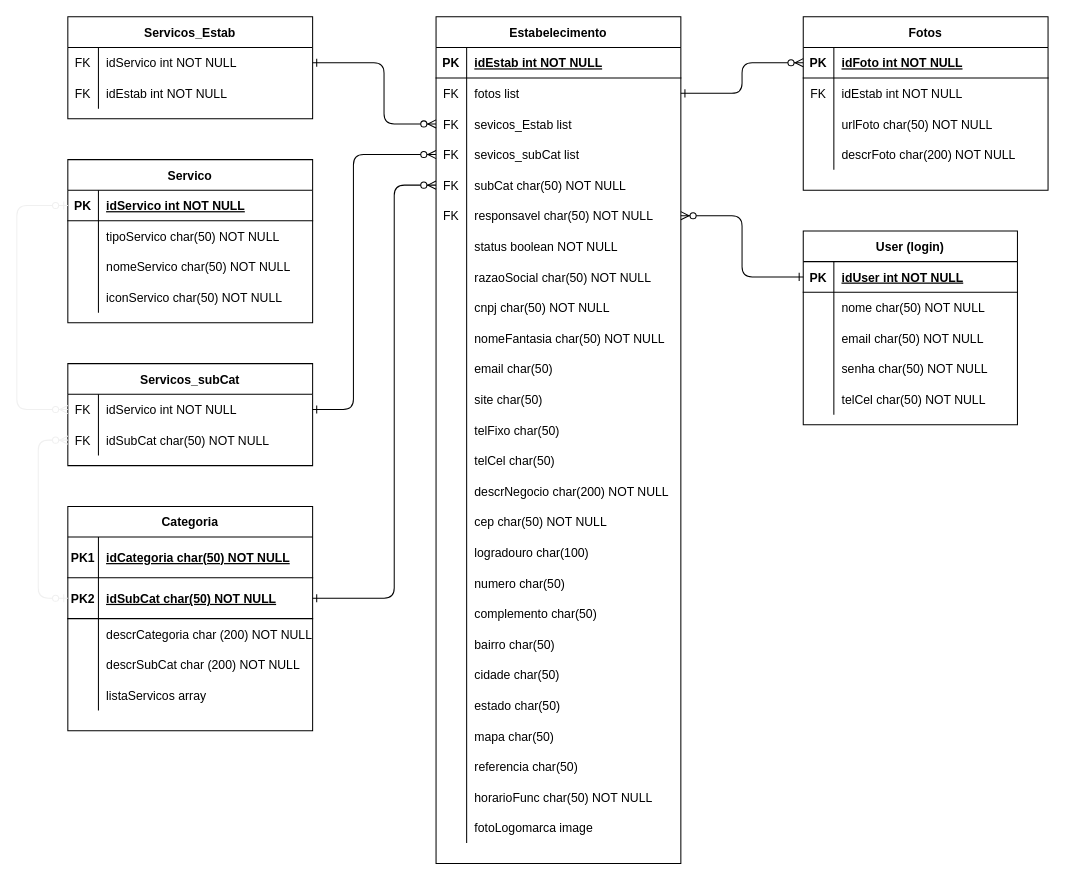
Above: Docs/Diagrama-DER_v1.1.drawio in CarlosProcidio/PCDEVS1G2 (draw.io), before the change. Source tidied: cells renumbered, new cells numbered last; positions are measured from the earlier drawing's top-left corner, leaving out a move shared by most shapes. Both pictures are drawn from the tidied source at 102%, with x=0, y=0 at pixel (16, 16).
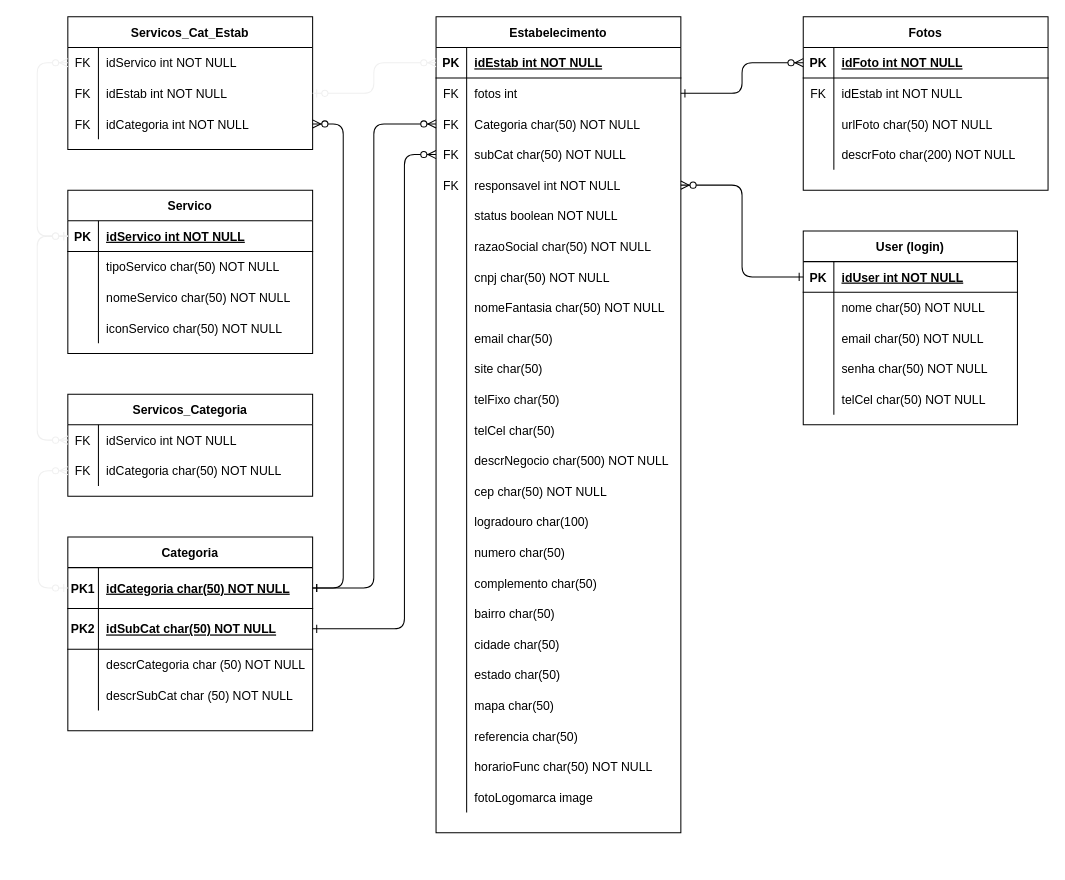
Above is the later version.

The change refers to these unchanged cells:
```xml
<mxCell id="3" style="shape=partialRectangle;fillColor=none;points=[[0,0.5],[1,0.5]];portConstraint=eastwest;top=0;left=0;right=0;bottom=1;" parent="2" vertex="1">
  <mxGeometry y="30" width="240" height="30" as="geometry" />
</mxCell>
<mxCell id="6" style="shape=partialRectangle;fillColor=none;points=[[0,0.5],[1,0.5]];portConstraint=eastwest;top=0;left=0;right=0;bottom=0;" parent="2" vertex="1">
  <mxGeometry y="60" width="240" height="30" as="geometry" />
</mxCell>
<mxCell id="98" style="shape=partialRectangle;fillColor=none;points=[[0,0.5],[1,0.5]];portConstraint=eastwest;top=0;left=0;right=0;bottom=0;" parent="97" vertex="1">
  <mxGeometry y="30" width="240" height="30" as="geometry" />
</mxCell>
<mxCell id="101" style="shape=partialRectangle;fillColor=none;points=[[0,0.5],[1,0.5]];portConstraint=eastwest;top=0;left=0;right=0;bottom=0;" parent="97" vertex="1">
  <mxGeometry y="60" width="240" height="30" as="geometry" />
</mxCell>
<mxCell id="107" style="shape=partialRectangle;fillColor=none;points=[[0,0.5],[1,0.5]];portConstraint=eastwest;top=0;left=0;right=0;bottom=1;" parent="106" vertex="1">
  <mxGeometry y="30" width="240" height="30" as="geometry" />
</mxCell>
<mxCell id="133" style="shape=partialRectangle;fillColor=none;points=[[0,0.5],[1,0.5]];portConstraint=eastwest;top=0;left=0;right=0;bottom=1;" parent="132" vertex="1">
  <mxGeometry y="30" width="240" height="40" as="geometry" />
</mxCell>
<mxCell id="136" style="shape=partialRectangle;fillColor=none;points=[[0,0.5],[1,0.5]];portConstraint=eastwest;top=0;left=0;right=0;bottom=1;" parent="132" vertex="1">
  <mxGeometry y="70" width="240" height="40" as="geometry" />
</mxCell>
<mxCell id="139" style="shape=partialRectangle;fillColor=none;top=0;left=0;right=0;bottom=0;" parent="132" vertex="1">
  <mxGeometry y="110" width="240" height="30" as="geometry" />
</mxCell>
<mxCell id="142" style="shape=partialRectangle;fillColor=none;top=0;left=0;right=0;bottom=0;" parent="132" vertex="1">
  <mxGeometry y="140" width="240" height="30" as="geometry" />
</mxCell>
<mxCell id="153" style="shape=partialRectangle;fillColor=none;points=[[0,0.5],[1,0.5]];portConstraint=eastwest;top=0;left=0;right=0;bottom=0;" parent="152" vertex="1">
  <mxGeometry y="30" width="240" height="30" as="geometry" />
</mxCell>
<mxCell id="156" style="shape=partialRectangle;fillColor=none;points=[[0,0.5],[1,0.5]];portConstraint=eastwest;top=0;left=0;right=0;bottom=0;" parent="152" vertex="1">
  <mxGeometry y="60" width="240" height="30" as="geometry" />
</mxCell>
```

Diff of the diagram source:
```diff
@@
     <mxCell id="2" value="Estabelecimento" style="shape=table;startSize=30;childLayout=tableLayout;rowLines=0;fontStyle=1;align=center;" parent="1" vertex="1">
-      <mxGeometry x="411" width="240" height="830" as="geometry" />
+      <mxGeometry x="411" width="240" height="800" as="geometry" />
     </mxCell>
@@
-    <mxCell id="8" value="fotos list" style="shape=partialRectangle;overflow=hidden;fillColor=none;top=0;left=0;bottom=0;right=0;align=left;spacingLeft=6;" parent="6" vertex="1">
+    <mxCell id="8" value="fotos int" style="shape=partialRectangle;overflow=hidden;fillColor=none;top=0;left=0;bottom=0;right=0;align=left;spacingLeft=6;" parent="6" vertex="1">
       <mxGeometry x="30" width="210" height="30" as="geometry" />
     </mxCell>
-    <mxCell id="9" style="shape=partialRectangle;fillColor=none;points=[[0,0.5],[1,0.5]];portConstraint=eastwest;top=0;left=0;right=0;bottom=0;" parent="2" vertex="1">
-      <mxGeometry y="90" width="240" height="30" as="geometry" />
-    </mxCell>
-    <mxCell id="10" value="FK" style="shape=partialRectangle;overflow=hidden;fillColor=none;top=0;left=0;bottom=0;right=0;" parent="9" vertex="1">
-      <mxGeometry width="30" height="30" as="geometry" />
-    </mxCell>
-    <mxCell id="11" value="sevicos_Estab list" style="shape=partialRectangle;overflow=hidden;fillColor=none;top=0;left=0;bottom=0;right=0;align=left;spacingLeft=6;" parent="9" vertex="1">
-      <mxGeometry x="30" width="210" height="30" as="geometry" />
-    </mxCell>
-    <mxCell id="12" style="shape=partialRectangle;fillColor=none;points=[[0,0.5],[1,0.5]];portConstraint=eastwest;top=0;left=0;right=0;bottom=0;" parent="2" vertex="1">
-      <mxGeometry y="120" width="240" height="30" as="geometry" />
-    </mxCell>
-    <mxCell id="13" value="FK" style="shape=partialRectangle;overflow=hidden;fillColor=none;top=0;left=0;bottom=0;right=0;" parent="12" vertex="1">
-      <mxGeometry width="30" height="30" as="geometry" />
-    </mxCell>
-    <mxCell id="14" value="sevicos_subCat list" style="shape=partialRectangle;overflow=hidden;fillColor=none;top=0;left=0;bottom=0;right=0;align=left;spacingLeft=6;" parent="12" vertex="1">
-      <mxGeometry x="30" width="210" height="30" as="geometry" />
-    </mxCell>
+    <mxCell id="160" style="shape=partialRectangle;fillColor=none;points=[[0,0.5],[1,0.5]];portConstraint=eastwest;top=0;left=0;right=0;bottom=0;" parent="2" vertex="1">
+      <mxGeometry y="90" width="240" height="30" as="geometry" />
+    </mxCell>
+    <mxCell id="161" value="FK" style="shape=partialRectangle;overflow=hidden;fillColor=none;top=0;left=0;bottom=0;right=0;" parent="160" vertex="1">
+      <mxGeometry width="30" height="30" as="geometry" />
+    </mxCell>
+    <mxCell id="162" value="Categoria char(50) NOT NULL" style="shape=partialRectangle;overflow=hidden;fillColor=none;top=0;left=0;bottom=0;right=0;align=left;spacingLeft=6;" parent="160" vertex="1">
+      <mxGeometry x="30" width="210" height="30" as="geometry" />
+    </mxCell>
     <mxCell id="15" style="shape=partialRectangle;fillColor=none;points=[[0,0.5],[1,0.5]];portConstraint=eastwest;top=0;left=0;right=0;bottom=0;" parent="2" vertex="1">
-      <mxGeometry y="150" width="240" height="30" as="geometry" />
+      <mxGeometry y="120" width="240" height="30" as="geometry" />
     </mxCell>
@@
     <mxCell id="18" style="shape=partialRectangle;fillColor=none;points=[[0,0.5],[1,0.5]];portConstraint=eastwest;top=0;left=0;right=0;bottom=0;" parent="2" vertex="1">
-      <mxGeometry y="180" width="240" height="30" as="geometry" />
+      <mxGeometry y="150" width="240" height="30" as="geometry" />
     </mxCell>
@@
-    <mxCell id="20" value="responsavel char(50) NOT NULL" style="shape=partialRectangle;overflow=hidden;fillColor=none;top=0;left=0;bottom=0;right=0;align=left;spacingLeft=6;" parent="18" vertex="1">
+    <mxCell id="20" value="responsavel int NOT NULL" style="shape=partialRectangle;overflow=hidden;fillColor=none;top=0;left=0;bottom=0;right=0;align=left;spacingLeft=6;" parent="18" vertex="1">
       <mxGeometry x="30" width="210" height="30" as="geometry" />
     </mxCell>
     <mxCell id="21" style="shape=partialRectangle;fillColor=none;top=0;left=0;right=0;bottom=0;" parent="2" vertex="1">
-      <mxGeometry y="210" width="240" height="30" as="geometry" />
+      <mxGeometry y="180" width="240" height="30" as="geometry" />
     </mxCell>
@@
     <mxCell id="24" style="shape=partialRectangle;fillColor=none;top=0;left=0;right=0;bottom=0;" parent="2" vertex="1">
-      <mxGeometry y="240" width="240" height="30" as="geometry" />
+      <mxGeometry y="210" width="240" height="30" as="geometry" />
     </mxCell>
@@
     <mxCell id="27" style="shape=partialRectangle;fillColor=none;top=0;left=0;right=0;bottom=0;" parent="2" vertex="1">
-      <mxGeometry y="270" width="240" height="30" as="geometry" />
+      <mxGeometry y="240" width="240" height="30" as="geometry" />
     </mxCell>
@@
     <mxCell id="30" style="shape=partialRectangle;fillColor=none;top=0;left=0;right=0;bottom=0;" parent="2" vertex="1">
-      <mxGeometry y="300" width="240" height="30" as="geometry" />
+      <mxGeometry y="270" width="240" height="30" as="geometry" />
     </mxCell>
@@
     <mxCell id="33" style="shape=partialRectangle;fillColor=none;top=0;left=0;right=0;bottom=0;" parent="2" vertex="1">
-      <mxGeometry y="330" width="240" height="30" as="geometry" />
+      <mxGeometry y="300" width="240" height="30" as="geometry" />
     </mxCell>
@@
     <mxCell id="36" style="shape=partialRectangle;fillColor=none;top=0;left=0;right=0;bottom=0;" parent="2" vertex="1">
-      <mxGeometry y="360" width="240" height="30" as="geometry" />
+      <mxGeometry y="330" width="240" height="30" as="geometry" />
     </mxCell>
@@
     <mxCell id="39" style="shape=partialRectangle;fillColor=none;top=0;left=0;right=0;bottom=0;" parent="2" vertex="1">
-      <mxGeometry y="390" width="240" height="30" as="geometry" />
+      <mxGeometry y="360" width="240" height="30" as="geometry" />
     </mxCell>
@@
     <mxCell id="42" style="shape=partialRectangle;fillColor=none;top=0;left=0;right=0;bottom=0;" parent="2" vertex="1">
-      <mxGeometry y="420" width="240" height="30" as="geometry" />
+      <mxGeometry y="390" width="240" height="30" as="geometry" />
     </mxCell>
@@
     <mxCell id="45" style="shape=partialRectangle;fillColor=none;top=0;left=0;right=0;bottom=0;" parent="2" vertex="1">
-      <mxGeometry y="450" width="240" height="30" as="geometry" />
+      <mxGeometry y="420" width="240" height="30" as="geometry" />
     </mxCell>
@@
-    <mxCell id="47" value="descrNegocio char(200) NOT NULL" style="shape=partialRectangle;overflow=hidden;fillColor=none;top=0;left=0;bottom=0;right=0;align=left;spacingLeft=6;" parent="45" vertex="1">
+    <mxCell id="47" value="descrNegocio char(500) NOT NULL" style="shape=partialRectangle;overflow=hidden;fillColor=none;top=0;left=0;bottom=0;right=0;align=left;spacingLeft=6;" parent="45" vertex="1">
       <mxGeometry x="30" width="210" height="30" as="geometry" />
     </mxCell>
     <mxCell id="48" style="shape=partialRectangle;fillColor=none;top=0;left=0;right=0;bottom=0;" parent="2" vertex="1">
-      <mxGeometry y="480" width="240" height="30" as="geometry" />
+      <mxGeometry y="450" width="240" height="30" as="geometry" />
     </mxCell>
@@
     <mxCell id="51" style="shape=partialRectangle;fillColor=none;top=0;left=0;right=0;bottom=0;" parent="2" vertex="1">
-      <mxGeometry y="510" width="240" height="30" as="geometry" />
+      <mxGeometry y="480" width="240" height="30" as="geometry" />
     </mxCell>
@@
     <mxCell id="54" style="shape=partialRectangle;fillColor=none;top=0;left=0;right=0;bottom=0;" parent="2" vertex="1">
-      <mxGeometry y="540" width="240" height="30" as="geometry" />
+      <mxGeometry y="510" width="240" height="30" as="geometry" />
     </mxCell>
@@
     <mxCell id="57" style="shape=partialRectangle;fillColor=none;top=0;left=0;right=0;bottom=0;" parent="2" vertex="1">
-      <mxGeometry y="570" width="240" height="30" as="geometry" />
+      <mxGeometry y="540" width="240" height="30" as="geometry" />
     </mxCell>
@@
     <mxCell id="60" style="shape=partialRectangle;fillColor=none;top=0;left=0;right=0;bottom=0;" parent="2" vertex="1">
-      <mxGeometry y="600" width="240" height="30" as="geometry" />
+      <mxGeometry y="570" width="240" height="30" as="geometry" />
     </mxCell>
@@
     <mxCell id="63" style="shape=partialRectangle;fillColor=none;top=0;left=0;right=0;bottom=0;" parent="2" vertex="1">
-      <mxGeometry y="630" width="240" height="30" as="geometry" />
+      <mxGeometry y="600" width="240" height="30" as="geometry" />
     </mxCell>
@@
     <mxCell id="66" style="shape=partialRectangle;fillColor=none;top=0;left=0;right=0;bottom=0;" parent="2" vertex="1">
-      <mxGeometry y="660" width="240" height="30" as="geometry" />
+      <mxGeometry y="630" width="240" height="30" as="geometry" />
     </mxCell>
@@
     <mxCell id="69" style="shape=partialRectangle;fillColor=none;top=0;left=0;right=0;bottom=0;" parent="2" vertex="1">
-      <mxGeometry y="690" width="240" height="30" as="geometry" />
+      <mxGeometry y="660" width="240" height="30" as="geometry" />
     </mxCell>
@@
     <mxCell id="72" style="shape=partialRectangle;fillColor=none;top=0;left=0;right=0;bottom=0;" parent="2" vertex="1">
-      <mxGeometry y="720" width="240" height="30" as="geometry" />
+      <mxGeometry y="690" width="240" height="30" as="geometry" />
     </mxCell>
@@
     <mxCell id="75" style="shape=partialRectangle;fillColor=none;top=0;left=0;right=0;bottom=0;" parent="2" vertex="1">
-      <mxGeometry y="750" width="240" height="30" as="geometry" />
+      <mxGeometry y="720" width="240" height="30" as="geometry" />
     </mxCell>
@@
     <mxCell id="78" style="shape=partialRectangle;fillColor=none;top=0;left=0;right=0;bottom=0;" parent="2" vertex="1">
-      <mxGeometry y="780" width="240" height="30" as="geometry" />
+      <mxGeometry y="750" width="240" height="30" as="geometry" />
     </mxCell>
@@
-    <mxCell id="97" value="Servicos_subCat" style="shape=table;startSize=30;childLayout=tableLayout;rowLines=0;fontStyle=1;align=center;" parent="1" vertex="1">
-      <mxGeometry x="50" y="340" width="240" height="100" as="geometry" />
+    <mxCell id="97" value="Servicos_Categoria" style="shape=table;startSize=30;childLayout=tableLayout;rowLines=0;fontStyle=1;align=center;" parent="1" vertex="1">
+      <mxGeometry x="50" y="370" width="240" height="100" as="geometry" />
     </mxCell>
@@
-    <mxCell id="103" value="idSubCat char(50) NOT NULL" style="shape=partialRectangle;overflow=hidden;fillColor=none;top=0;left=0;bottom=0;right=0;align=left;spacingLeft=6;" parent="101" vertex="1">
+    <mxCell id="103" value="idCategoria char(50) NOT NULL" style="shape=partialRectangle;overflow=hidden;fillColor=none;top=0;left=0;bottom=0;right=0;align=left;spacingLeft=6;" parent="101" vertex="1">
       <mxGeometry x="30" width="210" height="30" as="geometry" />
     </mxCell>
-    <mxCell id="104" style="edgeStyle=elbowEdgeStyle;endArrow=ERzeroToMany;startArrow=ERone;endFill=1;startFill=0;exitX=1;exitY=0.5;exitDx=0;exitDy=0;entryX=0;entryY=0.5;entryDx=0;entryDy=0;" parent="1" edge="1" source="98" target="12">
+    <mxCell id="104" style="edgeStyle=elbowEdgeStyle;endArrow=ERzeroToMany;startArrow=ERone;endFill=1;startFill=0;exitX=1;exitY=0.5;exitDx=0;exitDy=0;entryX=0;entryY=0.5;entryDx=0;entryDy=0;" parent="1" edge="1" source="133" target="160">
       <mxGeometry relative="1" as="geometry">
         <Array as="points">
-          <mxPoint x="330" y="260" />
+          <mxPoint x="350" y="340" />
         </Array>
       </mxGeometry>
     </mxCell>
@@
     <mxCell id="106" value="Servico" style="shape=table;startSize=30;childLayout=tableLayout;rowLines=0;fontStyle=1;align=center;" parent="1" vertex="1">
-      <mxGeometry x="50" y="140" width="240" height="160" as="geometry" />
+      <mxGeometry x="50" y="170" width="240" height="160" as="geometry" />
     </mxCell>
@@
     <mxCell id="132" value="Categoria" style="shape=table;startSize=30;childLayout=tableLayout;rowLines=0;fontStyle=1;align=center;" parent="1" vertex="1">
-      <mxGeometry x="50" y="480" width="240" height="220" as="geometry" />
+      <mxGeometry x="50" y="510" width="240" height="190" as="geometry" />
     </mxCell>
@@
-    <mxCell id="141" value="descrCategoria char (200) NOT NULL" style="shape=partialRectangle;overflow=hidden;fillColor=none;top=0;left=0;bottom=0;right=0;align=left;spacingLeft=6;" parent="139" vertex="1">
+    <mxCell id="141" value="descrCategoria char (50) NOT NULL" style="shape=partialRectangle;overflow=hidden;fillColor=none;top=0;left=0;bottom=0;right=0;align=left;spacingLeft=6;" parent="139" vertex="1">
       <mxGeometry x="30" width="210" height="30" as="geometry" />
     </mxCell>
@@
-    <mxCell id="144" value="descrSubCat char (200) NOT NULL" style="shape=partialRectangle;overflow=hidden;fillColor=none;top=0;left=0;bottom=0;right=0;align=left;spacingLeft=6;" parent="142" vertex="1">
+    <mxCell id="144" value="descrSubCat char (50) NOT NULL" style="shape=partialRectangle;overflow=hidden;fillColor=none;top=0;left=0;bottom=0;right=0;align=left;spacingLeft=6;" parent="142" vertex="1">
       <mxGeometry x="30" width="210" height="30" as="geometry" />
     </mxCell>
-    <mxCell id="145" style="shape=partialRectangle;fillColor=none;top=0;left=0;right=0;bottom=0;" parent="132" vertex="1">
-      <mxGeometry y="170" width="240" height="30" as="geometry" />
-    </mxCell>
-    <mxCell id="146" style="shape=partialRectangle;overflow=hidden;fillColor=none;top=0;left=0;bottom=0;right=0;" parent="145" vertex="1">
-      <mxGeometry width="30" height="30" as="geometry" />
-    </mxCell>
-    <mxCell id="147" value="listaServicos array" style="shape=partialRectangle;overflow=hidden;fillColor=none;top=0;left=0;bottom=0;right=0;align=left;spacingLeft=6;" parent="145" vertex="1">
-      <mxGeometry x="30" width="210" height="30" as="geometry" />
-    </mxCell>
-    <mxCell id="148" style="edgeStyle=elbowEdgeStyle;fontSize=12;html=1;endArrow=ERzeroToMany;startArrow=ERzeroToOne;strokeColor=#f0f0f0;exitX=0;exitY=0.5;exitDx=0;exitDy=0;entryX=0;entryY=0.5;entryDx=0;entryDy=0;" parent="1" edge="1" source="136" target="101">
+    <mxCell id="148" style="edgeStyle=elbowEdgeStyle;fontSize=12;html=1;endArrow=ERzeroToMany;startArrow=ERzeroToOne;strokeColor=#f0f0f0;exitX=0;exitY=0.5;exitDx=0;exitDy=0;entryX=0;entryY=0.5;entryDx=0;entryDy=0;" parent="1" edge="1" source="133" target="101">
       <mxGeometry relative="1" as="geometry">
         <Array as="points">
           <mxPoint x="21" y="180" />
         </Array>
       </mxGeometry>
     </mxCell>
     <mxCell id="149" style="edgeStyle=elbowEdgeStyle;fontSize=12;html=1;endArrow=ERzeroToMany;startArrow=ERzeroToOne;strokeColor=#f0f0f0;exitX=0;exitY=0.5;exitDx=0;exitDy=0;entryX=0;entryY=0.5;entryDx=0;entryDy=0;" parent="1" edge="1" source="107" target="98">
       <mxGeometry relative="1" as="geometry">
         <Array as="points">
-          <mxPoint y="190" />
+          <mxPoint x="20" y="280" />
         </Array>
       </mxGeometry>
     </mxCell>
     <mxCell id="150" style="edgeStyle=elbowEdgeStyle;endArrow=ERzeroToMany;startArrow=ERone;endFill=1;startFill=0;exitX=1;exitY=0.5;exitDx=0;exitDy=0;entryX=0;entryY=0.5;entryDx=0;entryDy=0;" parent="1" edge="1" source="136" target="15">
       <mxGeometry relative="1" as="geometry">
         <Array as="points">
-          <mxPoint x="370" y="370" />
+          <mxPoint x="380" y="370" />
         </Array>
       </mxGeometry>
     </mxCell>
@@
-    <mxCell id="152" value="Servicos_Estab" style="shape=table;startSize=30;childLayout=tableLayout;rowLines=0;fontStyle=1;align=center;" parent="1" vertex="1">
-      <mxGeometry x="50" width="240" height="100" as="geometry" />
+    <mxCell id="152" value="Servicos_Cat_Estab" style="shape=table;startSize=30;childLayout=tableLayout;rowLines=0;fontStyle=1;align=center;" parent="1" vertex="1">
+      <mxGeometry x="50" width="240" height="130" as="geometry" />
     </mxCell>
@@
+    <mxCell id="163" style="shape=partialRectangle;fillColor=none;points=[[0,0.5],[1,0.5]];portConstraint=eastwest;top=0;left=0;right=0;bottom=0;" parent="152" vertex="1">
+      <mxGeometry y="90" width="240" height="30" as="geometry" />
+    </mxCell>
+    <mxCell id="164" value="FK" style="shape=partialRectangle;overflow=hidden;fillColor=none;top=0;left=0;bottom=0;right=0;" parent="163" vertex="1">
+      <mxGeometry width="30" height="30" as="geometry" />
+    </mxCell>
+    <mxCell id="165" value="idCategoria int NOT NULL" style="shape=partialRectangle;overflow=hidden;fillColor=none;top=0;left=0;bottom=0;right=0;align=left;spacingLeft=6;" parent="163" vertex="1">
+      <mxGeometry x="30" width="210" height="30" as="geometry" />
+    </mxCell>
-    <mxCell id="159" style="edgeStyle=elbowEdgeStyle;endArrow=ERzeroToMany;startArrow=ERone;endFill=1;startFill=0;entryX=0;entryY=0.5;entryDx=0;entryDy=0;exitX=1;exitY=0.5;exitDx=0;exitDy=0;" parent="1" edge="1" source="153" target="9">
+    <mxCell id="159" style="edgeStyle=elbowEdgeStyle;endArrow=ERzeroToMany;startArrow=ERone;endFill=1;startFill=0;entryX=1;entryY=0.5;entryDx=0;entryDy=0;exitX=1;exitY=0.5;exitDx=0;exitDy=0;" parent="1" edge="1" source="133" target="163">
       <mxGeometry relative="1" as="geometry">
         <Array as="points">
-          <mxPoint x="360" y="105" />
+          <mxPoint x="320" y="340" />
         </Array>
       </mxGeometry>
     </mxCell>
+    <mxCell id="166" style="edgeStyle=elbowEdgeStyle;fontSize=12;html=1;endArrow=ERzeroToMany;startArrow=ERzeroToOne;strokeColor=#f0f0f0;exitX=0;exitY=0.5;exitDx=0;exitDy=0;entryX=0;entryY=0.5;entryDx=0;entryDy=0;" parent="1" edge="1" source="107" target="153">
+      <mxGeometry relative="1" as="geometry">
+        <Array as="points">
+          <mxPoint x="20" y="120" />
+        </Array>
+      </mxGeometry>
+    </mxCell>
+    <mxCell id="167" style="edgeStyle=elbowEdgeStyle;fontSize=12;html=1;endArrow=ERzeroToMany;startArrow=ERzeroToOne;strokeColor=#f0f0f0;exitX=1;exitY=0.5;exitDx=0;exitDy=0;entryX=0;entryY=0.5;entryDx=0;entryDy=0;" parent="1" edge="1" source="156" target="3">
+      <mxGeometry relative="1" as="geometry">
+        <Array as="points">
+          <mxPoint x="350" y="75" />
+        </Array>
+      </mxGeometry>
+    </mxCell>
```
